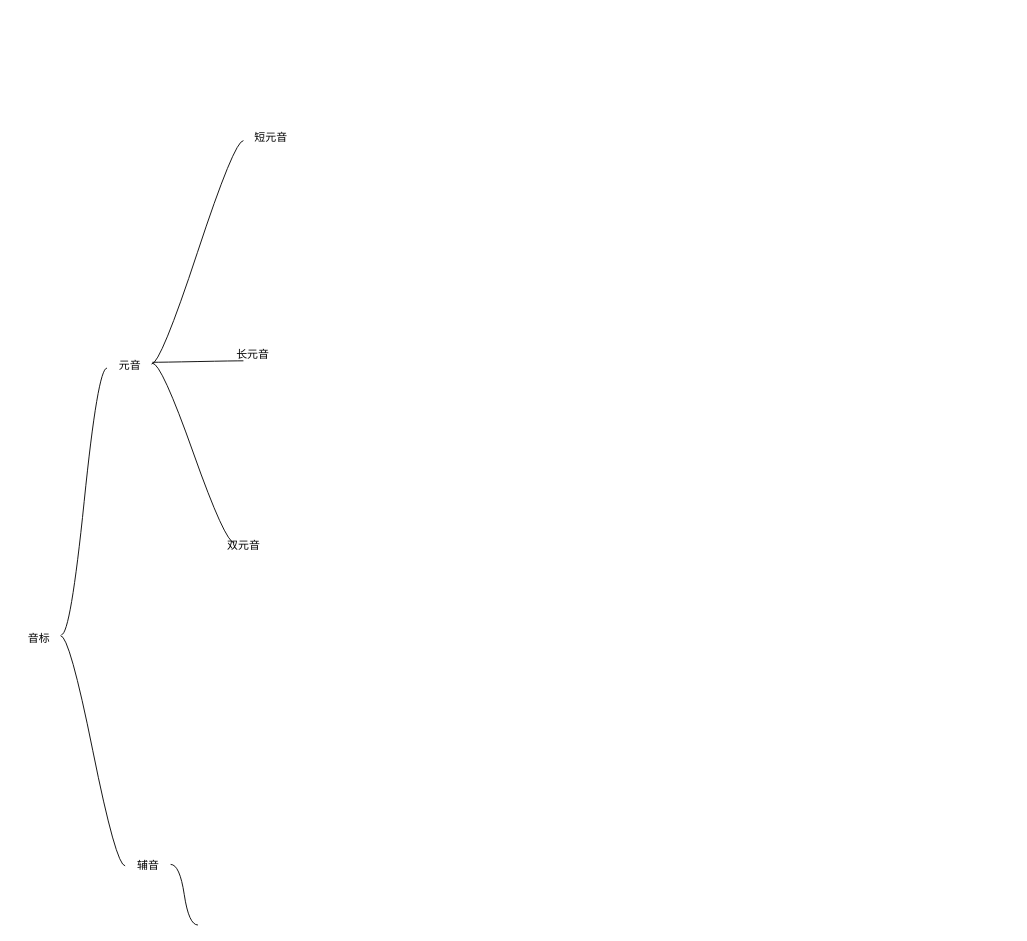
The draw.io diagram page "第 2 页" (2 of 2) of 未命名表单.drawio in gituserc123/HelloWorld, before the edit. Source tidied: cells renumbered, new cells numbered last; positions are measured from the earlier drawing's top-left corner, leaving out a move shared by most shapes. Both pictures are drawn from the tidied source at 91%, with x=0, y=0 at pixel (15, 124).
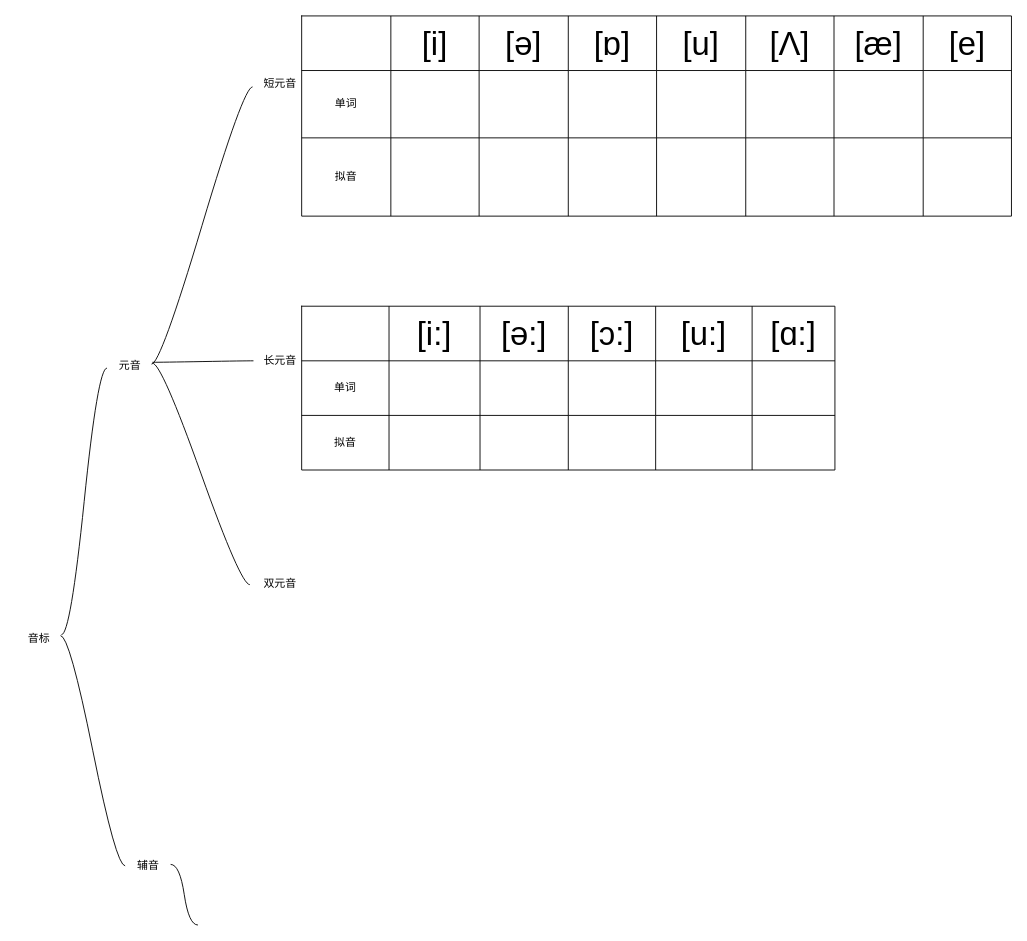
Above is the later version.

Commit message (it also covers changes not shown here):
更新未命名表单.drawio

Unchanged cells that the change refers to:
```xml
<mxCell id="5" value="元音" style="text;html=1;align=center;verticalAlign=middle;points=[];strokeColor=none;fillColor=none;" parent="1" vertex="1">
  <mxGeometry x="100" y="250" width="50" height="30" as="geometry" />
</mxCell>
```

What changed in the source:
```diff
@@
-    <mxCell id="8" style="edgeStyle=entityRelationEdgeStyle;startArrow=none;endArrow=none;segment=10;curved=1;sourcePerimeterSpacing=0;targetPerimeterSpacing=0;rounded=0;exitX=1;exitY=0.387;exitDx=0;exitDy=0;exitPerimeter=0;" parent="1" edge="1" source="5">
-      <mxGeometry relative="1" as="geometry">
-        <mxPoint x="250" y="260" as="targetPoint" />
-      </mxGeometry>
+    <mxCell id="8" style="edgeStyle=entityRelationEdgeStyle;startArrow=none;endArrow=none;segment=10;curved=1;sourcePerimeterSpacing=0;targetPerimeterSpacing=0;rounded=0;exitX=1;exitY=0.387;exitDx=0;exitDy=0;exitPerimeter=0;entryX=0.017;entryY=0.5;entryDx=0;entryDy=0;entryPerimeter=0;" parent="1" edge="1" source="5" target="12">
+      <mxGeometry relative="1" as="geometry" />
     </mxCell>
-    <mxCell id="9" style="edgeStyle=entityRelationEdgeStyle;startArrow=none;endArrow=none;segment=10;curved=1;sourcePerimeterSpacing=0;targetPerimeterSpacing=0;rounded=0;exitX=1;exitY=0.42;exitDx=0;exitDy=0;exitPerimeter=0;" parent="1" edge="1" source="5">
-      <mxGeometry relative="1" as="geometry">
-        <mxPoint x="240" y="460" as="targetPoint" />
-      </mxGeometry>
+    <mxCell id="9" style="edgeStyle=entityRelationEdgeStyle;startArrow=none;endArrow=none;segment=10;curved=1;sourcePerimeterSpacing=0;targetPerimeterSpacing=0;rounded=0;exitX=1;exitY=0.42;exitDx=0;exitDy=0;exitPerimeter=0;entryX=-0.05;entryY=0.533;entryDx=0;entryDy=0;entryPerimeter=0;" parent="1" edge="1" source="5" target="13">
+      <mxGeometry relative="1" as="geometry" />
     </mxCell>
@@
     <mxCell id="11" value="短元音" style="text;html=1;align=center;verticalAlign=middle;points=[];strokeColor=none;fillColor=none;" parent="1" vertex="1">
-      <mxGeometry x="250" width="60" height="30" as="geometry" />
+      <mxGeometry x="260" y="-59" width="60" height="30" as="geometry" />
     </mxCell>
     <mxCell id="12" value="长元音" style="text;html=1;align=center;verticalAlign=middle;points=[];strokeColor=none;fillColor=none;" parent="1" vertex="1">
-      <mxGeometry x="230" y="238" width="60" height="30" as="geometry" />
+      <mxGeometry x="260" y="245" width="60" height="30" as="geometry" />
     </mxCell>
     <mxCell id="13" value="双元音" style="text;html=1;align=center;verticalAlign=middle;points=[];strokeColor=none;fillColor=none;" parent="1" vertex="1">
-      <mxGeometry x="220" y="448" width="60" height="30" as="geometry" />
+      <mxGeometry x="260" y="490" width="60" height="30" as="geometry" />
     </mxCell>
+    <mxCell id="14" style="shape=table;startSize=0;childLayout=tableLayout;" parent="1" vertex="1">
+      <mxGeometry x="314" y="-119" width="780" height="220" as="geometry" />
+    </mxCell>
+    <mxCell id="15" style="shape=tableRow;horizontal=0;startSize=0;swimlaneHead=0;swimlaneBody=0;strokeColor=inherit;top=0;left=0;bottom=0;right=0;fillColor=none;" parent="14" vertex="1">
+      <mxGeometry width="780" height="60" as="geometry" />
+    </mxCell>
+    <mxCell id="16" style="shape=partialRectangle;html=1;whiteSpace=wrap;strokeColor=inherit;overflow=hidden;fillColor=none;top=0;left=0;bottom=0;right=0;" parent="15" vertex="1">
+      <mxGeometry width="98" height="60" as="geometry" />
+    </mxCell>
+    <mxCell id="17" value="&lt;font style=&quot;font-size: 36px;&quot;&gt;[i]&lt;/font&gt;" style="shape=partialRectangle;html=1;whiteSpace=wrap;strokeColor=inherit;overflow=hidden;fillColor=none;top=0;left=0;bottom=0;right=0;" parent="15" vertex="1">
+      <mxGeometry x="98" width="97" height="60" as="geometry" />
+    </mxCell>
+    <mxCell id="18" value="&lt;font style=&quot;font-size: 36px;&quot;&gt;[ə]&lt;/font&gt;" style="shape=partialRectangle;html=1;whiteSpace=wrap;strokeColor=inherit;overflow=hidden;fillColor=none;top=0;left=0;bottom=0;right=0;" parent="15" vertex="1">
+      <mxGeometry x="195" width="98" height="60" as="geometry" />
+    </mxCell>
+    <mxCell id="19" value="&lt;font style=&quot;font-size: 36px;&quot;&gt;[ɒ]&lt;/font&gt;" style="shape=partialRectangle;html=1;whiteSpace=wrap;strokeColor=inherit;overflow=hidden;fillColor=none;top=0;left=0;bottom=0;right=0;" parent="15" vertex="1">
+      <mxGeometry x="293" width="97" height="60" as="geometry" />
+    </mxCell>
+    <mxCell id="20" value="&lt;font style=&quot;font-size: 36px;&quot;&gt;[u]&lt;/font&gt;" style="shape=partialRectangle;html=1;whiteSpace=wrap;strokeColor=inherit;overflow=hidden;fillColor=none;top=0;left=0;bottom=0;right=0;" parent="15" vertex="1">
+      <mxGeometry x="390" width="98" height="60" as="geometry" />
+    </mxCell>
+    <mxCell id="21" value="&lt;font style=&quot;font-size: 36px;&quot;&gt;[Λ]&lt;/font&gt;" style="shape=partialRectangle;html=1;whiteSpace=wrap;strokeColor=inherit;overflow=hidden;fillColor=none;top=0;left=0;bottom=0;right=0;" parent="15" vertex="1">
+      <mxGeometry x="488" width="97" height="60" as="geometry" />
+    </mxCell>
+    <mxCell id="22" value="&lt;font style=&quot;font-size: 36px;&quot;&gt;[æ]&lt;/font&gt;" style="shape=partialRectangle;html=1;whiteSpace=wrap;strokeColor=inherit;overflow=hidden;fillColor=none;top=0;left=0;bottom=0;right=0;" parent="15" vertex="1">
+      <mxGeometry x="585" width="98" height="60" as="geometry" />
+    </mxCell>
+    <mxCell id="23" value="&lt;font style=&quot;font-size: 36px;&quot;&gt;[e]&lt;/font&gt;" style="shape=partialRectangle;html=1;whiteSpace=wrap;strokeColor=inherit;overflow=hidden;fillColor=none;top=0;left=0;bottom=0;right=0;" parent="15" vertex="1">
+      <mxGeometry x="683" width="97" height="60" as="geometry" />
+    </mxCell>
+    <mxCell id="24" style="shape=tableRow;horizontal=0;startSize=0;swimlaneHead=0;swimlaneBody=0;strokeColor=inherit;top=0;left=0;bottom=0;right=0;fillColor=none;" parent="14" vertex="1">
+      <mxGeometry y="60" width="780" height="74" as="geometry" />
+    </mxCell>
+    <mxCell id="25" value="单词" style="shape=partialRectangle;html=1;whiteSpace=wrap;strokeColor=inherit;overflow=hidden;fillColor=none;top=0;left=0;bottom=0;right=0;" parent="24" vertex="1">
+      <mxGeometry width="98" height="74" as="geometry" />
+    </mxCell>
+    <mxCell id="26" style="shape=partialRectangle;html=1;whiteSpace=wrap;strokeColor=inherit;overflow=hidden;fillColor=none;top=0;left=0;bottom=0;right=0;" parent="24" vertex="1">
+      <mxGeometry x="98" width="97" height="74" as="geometry" />
+    </mxCell>
+    <mxCell id="27" style="shape=partialRectangle;html=1;whiteSpace=wrap;strokeColor=inherit;overflow=hidden;fillColor=none;top=0;left=0;bottom=0;right=0;" parent="24" vertex="1">
+      <mxGeometry x="195" width="98" height="74" as="geometry" />
+    </mxCell>
+    <mxCell id="28" style="shape=partialRectangle;html=1;whiteSpace=wrap;strokeColor=inherit;overflow=hidden;fillColor=none;top=0;left=0;bottom=0;right=0;" parent="24" vertex="1">
+      <mxGeometry x="293" width="97" height="74" as="geometry" />
+    </mxCell>
+    <mxCell id="29" style="shape=partialRectangle;html=1;whiteSpace=wrap;strokeColor=inherit;overflow=hidden;fillColor=none;top=0;left=0;bottom=0;right=0;" parent="24" vertex="1">
+      <mxGeometry x="390" width="98" height="74" as="geometry" />
+    </mxCell>
+    <mxCell id="30" style="shape=partialRectangle;html=1;whiteSpace=wrap;strokeColor=inherit;overflow=hidden;fillColor=none;top=0;left=0;bottom=0;right=0;" parent="24" vertex="1">
+      <mxGeometry x="488" width="97" height="74" as="geometry" />
+    </mxCell>
+    <mxCell id="31" style="shape=partialRectangle;html=1;whiteSpace=wrap;strokeColor=inherit;overflow=hidden;fillColor=none;top=0;left=0;bottom=0;right=0;" parent="24" vertex="1">
+      <mxGeometry x="585" width="98" height="74" as="geometry" />
+    </mxCell>
+    <mxCell id="32" style="shape=partialRectangle;html=1;whiteSpace=wrap;strokeColor=inherit;overflow=hidden;fillColor=none;top=0;left=0;bottom=0;right=0;" parent="24" vertex="1">
+      <mxGeometry x="683" width="97" height="74" as="geometry" />
+    </mxCell>
+    <mxCell id="33" style="shape=tableRow;horizontal=0;startSize=0;swimlaneHead=0;swimlaneBody=0;strokeColor=inherit;top=0;left=0;bottom=0;right=0;fillColor=none;" parent="14" vertex="1">
+      <mxGeometry y="134" width="780" height="86" as="geometry" />
+    </mxCell>
+    <mxCell id="34" value="拟音" style="shape=partialRectangle;html=1;whiteSpace=wrap;strokeColor=inherit;overflow=hidden;fillColor=none;top=0;left=0;bottom=0;right=0;" parent="33" vertex="1">
+      <mxGeometry width="98" height="86" as="geometry" />
+    </mxCell>
+    <mxCell id="35" style="shape=partialRectangle;html=1;whiteSpace=wrap;strokeColor=inherit;overflow=hidden;fillColor=none;top=0;left=0;bottom=0;right=0;" parent="33" vertex="1">
+      <mxGeometry x="98" width="97" height="86" as="geometry" />
+    </mxCell>
+    <mxCell id="36" style="shape=partialRectangle;html=1;whiteSpace=wrap;strokeColor=inherit;overflow=hidden;fillColor=none;top=0;left=0;bottom=0;right=0;" parent="33" vertex="1">
+      <mxGeometry x="195" width="98" height="86" as="geometry" />
+    </mxCell>
+    <mxCell id="37" style="shape=partialRectangle;html=1;whiteSpace=wrap;strokeColor=inherit;overflow=hidden;fillColor=none;top=0;left=0;bottom=0;right=0;" parent="33" vertex="1">
+      <mxGeometry x="293" width="97" height="86" as="geometry" />
+    </mxCell>
+    <mxCell id="38" style="shape=partialRectangle;html=1;whiteSpace=wrap;strokeColor=inherit;overflow=hidden;fillColor=none;top=0;left=0;bottom=0;right=0;" parent="33" vertex="1">
+      <mxGeometry x="390" width="98" height="86" as="geometry" />
+    </mxCell>
+    <mxCell id="39" style="shape=partialRectangle;html=1;whiteSpace=wrap;strokeColor=inherit;overflow=hidden;fillColor=none;top=0;left=0;bottom=0;right=0;" parent="33" vertex="1">
+      <mxGeometry x="488" width="97" height="86" as="geometry" />
+    </mxCell>
+    <mxCell id="40" style="shape=partialRectangle;html=1;whiteSpace=wrap;strokeColor=inherit;overflow=hidden;fillColor=none;top=0;left=0;bottom=0;right=0;" parent="33" vertex="1">
+      <mxGeometry x="585" width="98" height="86" as="geometry" />
+    </mxCell>
+    <mxCell id="41" style="shape=partialRectangle;html=1;whiteSpace=wrap;strokeColor=inherit;overflow=hidden;fillColor=none;top=0;left=0;bottom=0;right=0;" parent="33" vertex="1">
+      <mxGeometry x="683" width="97" height="86" as="geometry" />
+    </mxCell>
+    <mxCell id="42" style="shape=table;startSize=0;childLayout=tableLayout;" parent="1" vertex="1">
+      <mxGeometry x="314" y="200" width="586" height="180" as="geometry" />
+    </mxCell>
+    <mxCell id="43" style="shape=tableRow;horizontal=0;startSize=0;swimlaneHead=0;swimlaneBody=0;strokeColor=inherit;top=0;left=0;bottom=0;right=0;fillColor=none;" parent="42" vertex="1">
+      <mxGeometry width="586" height="60" as="geometry" />
+    </mxCell>
+    <mxCell id="44" style="shape=partialRectangle;html=1;whiteSpace=wrap;strokeColor=inherit;overflow=hidden;fillColor=none;top=0;left=0;bottom=0;right=0;" parent="43" vertex="1">
+      <mxGeometry width="96" height="60" as="geometry" />
+    </mxCell>
+    <mxCell id="45" value="&lt;font style=&quot;font-size: 36px;&quot;&gt;[i:]&lt;/font&gt;" style="shape=partialRectangle;html=1;whiteSpace=wrap;strokeColor=inherit;overflow=hidden;fillColor=none;top=0;left=0;bottom=0;right=0;" parent="43" vertex="1">
+      <mxGeometry x="96" width="100" height="60" as="geometry" />
+    </mxCell>
+    <mxCell id="46" value="&lt;font style=&quot;font-size: 36px;&quot;&gt;[ə:]&lt;/font&gt;" style="shape=partialRectangle;html=1;whiteSpace=wrap;strokeColor=inherit;overflow=hidden;fillColor=none;top=0;left=0;bottom=0;right=0;" parent="43" vertex="1">
+      <mxGeometry x="196" width="97" height="60" as="geometry" />
+    </mxCell>
+    <mxCell id="47" value="&lt;font style=&quot;font-size: 36px;&quot;&gt;[ɔ:]&lt;/font&gt;" style="shape=partialRectangle;html=1;whiteSpace=wrap;strokeColor=inherit;overflow=hidden;fillColor=none;top=0;left=0;bottom=0;right=0;" parent="43" vertex="1">
+      <mxGeometry x="293" width="96" height="60" as="geometry" />
+    </mxCell>
+    <mxCell id="48" value="&lt;font style=&quot;font-size: 36px;&quot;&gt;[u:]&lt;/font&gt;" style="shape=partialRectangle;html=1;whiteSpace=wrap;strokeColor=inherit;overflow=hidden;fillColor=none;top=0;left=0;bottom=0;right=0;" parent="43" vertex="1">
+      <mxGeometry x="389" width="106" height="60" as="geometry" />
+    </mxCell>
+    <mxCell id="49" value="&lt;font style=&quot;font-size: 36px;&quot;&gt;[ɑ:]&lt;/font&gt;" style="shape=partialRectangle;html=1;whiteSpace=wrap;strokeColor=inherit;overflow=hidden;fillColor=none;top=0;left=0;bottom=0;right=0;" parent="43" vertex="1">
+      <mxGeometry x="495" width="91" height="60" as="geometry" />
+    </mxCell>
+    <mxCell id="50" style="shape=tableRow;horizontal=0;startSize=0;swimlaneHead=0;swimlaneBody=0;strokeColor=inherit;top=0;left=0;bottom=0;right=0;fillColor=none;" parent="42" vertex="1">
+      <mxGeometry y="60" width="586" height="60" as="geometry" />
+    </mxCell>
+    <mxCell id="51" value="单词" style="shape=partialRectangle;html=1;whiteSpace=wrap;strokeColor=inherit;overflow=hidden;fillColor=none;top=0;left=0;bottom=0;right=0;" parent="50" vertex="1">
+      <mxGeometry width="96" height="60" as="geometry" />
+    </mxCell>
+    <mxCell id="52" style="shape=partialRectangle;html=1;whiteSpace=wrap;strokeColor=inherit;overflow=hidden;fillColor=none;top=0;left=0;bottom=0;right=0;" parent="50" vertex="1">
+      <mxGeometry x="96" width="100" height="60" as="geometry" />
+    </mxCell>
+    <mxCell id="53" style="shape=partialRectangle;html=1;whiteSpace=wrap;strokeColor=inherit;overflow=hidden;fillColor=none;top=0;left=0;bottom=0;right=0;" parent="50" vertex="1">
+      <mxGeometry x="196" width="97" height="60" as="geometry" />
+    </mxCell>
+    <mxCell id="54" style="shape=partialRectangle;html=1;whiteSpace=wrap;strokeColor=inherit;overflow=hidden;fillColor=none;top=0;left=0;bottom=0;right=0;" parent="50" vertex="1">
+      <mxGeometry x="293" width="96" height="60" as="geometry" />
+    </mxCell>
+    <mxCell id="55" style="shape=partialRectangle;html=1;whiteSpace=wrap;strokeColor=inherit;overflow=hidden;fillColor=none;top=0;left=0;bottom=0;right=0;" parent="50" vertex="1">
+      <mxGeometry x="389" width="106" height="60" as="geometry" />
+    </mxCell>
+    <mxCell id="56" style="shape=partialRectangle;html=1;whiteSpace=wrap;strokeColor=inherit;overflow=hidden;fillColor=none;top=0;left=0;bottom=0;right=0;" parent="50" vertex="1">
+      <mxGeometry x="495" width="91" height="60" as="geometry" />
+    </mxCell>
+    <mxCell id="57" style="shape=tableRow;horizontal=0;startSize=0;swimlaneHead=0;swimlaneBody=0;strokeColor=inherit;top=0;left=0;bottom=0;right=0;fillColor=none;" parent="42" vertex="1">
+      <mxGeometry y="120" width="586" height="60" as="geometry" />
+    </mxCell>
+    <mxCell id="58" value="拟音" style="shape=partialRectangle;html=1;whiteSpace=wrap;strokeColor=inherit;overflow=hidden;fillColor=none;top=0;left=0;bottom=0;right=0;" parent="57" vertex="1">
+      <mxGeometry width="96" height="60" as="geometry" />
+    </mxCell>
+    <mxCell id="59" style="shape=partialRectangle;html=1;whiteSpace=wrap;strokeColor=inherit;overflow=hidden;fillColor=none;top=0;left=0;bottom=0;right=0;" parent="57" vertex="1">
+      <mxGeometry x="96" width="100" height="60" as="geometry" />
+    </mxCell>
+    <mxCell id="60" style="shape=partialRectangle;html=1;whiteSpace=wrap;strokeColor=inherit;overflow=hidden;fillColor=none;top=0;left=0;bottom=0;right=0;" parent="57" vertex="1">
+      <mxGeometry x="196" width="97" height="60" as="geometry" />
+    </mxCell>
+    <mxCell id="61" style="shape=partialRectangle;html=1;whiteSpace=wrap;strokeColor=inherit;overflow=hidden;fillColor=none;top=0;left=0;bottom=0;right=0;" parent="57" vertex="1">
+      <mxGeometry x="293" width="96" height="60" as="geometry" />
+    </mxCell>
+    <mxCell id="62" style="shape=partialRectangle;html=1;whiteSpace=wrap;strokeColor=inherit;overflow=hidden;fillColor=none;top=0;left=0;bottom=0;right=0;" parent="57" vertex="1">
+      <mxGeometry x="389" width="106" height="60" as="geometry" />
+    </mxCell>
+    <mxCell id="63" style="shape=partialRectangle;html=1;whiteSpace=wrap;strokeColor=inherit;overflow=hidden;fillColor=none;top=0;left=0;bottom=0;right=0;" parent="57" vertex="1">
+      <mxGeometry x="495" width="91" height="60" as="geometry" />
+    </mxCell>
```
